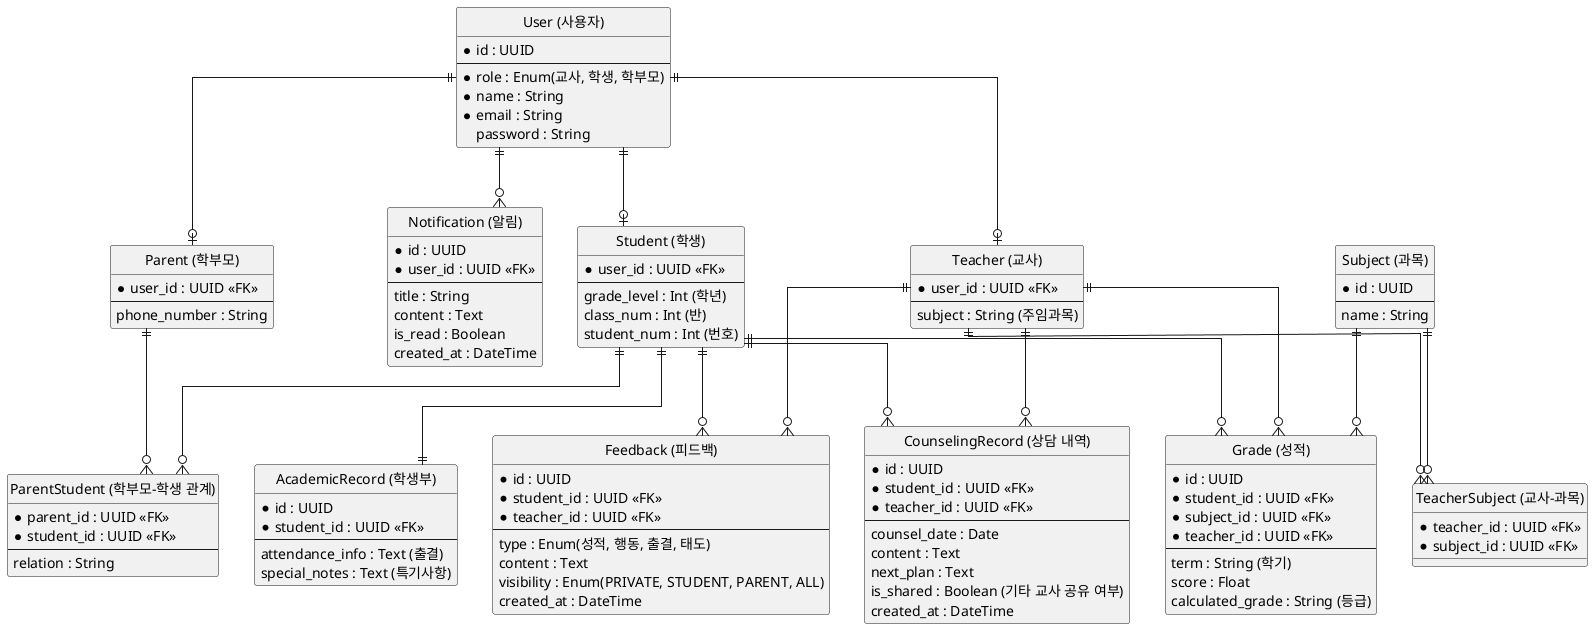
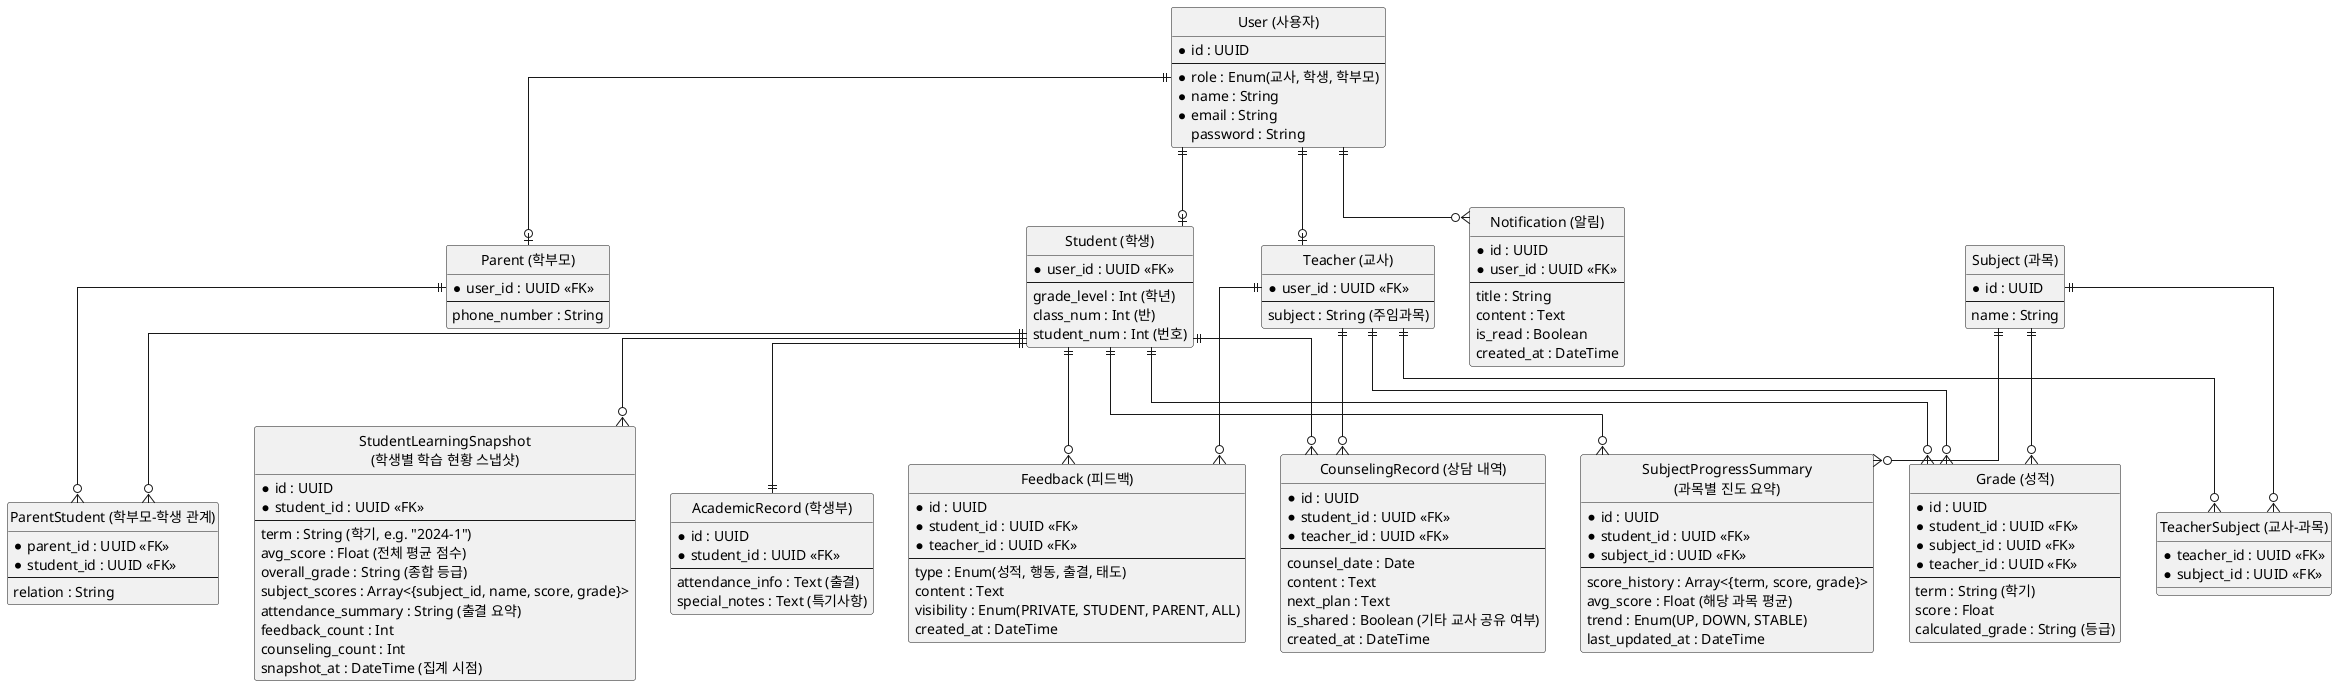
@startuml er_diagram
' hide the spot
hide circle
skinparam linetype ortho

entity "User (사용자)" as user {
  * id : UUID
  --
  * role : Enum(교사, 학생, 학부모)
  * name : String
  * email : String
  password : String
}

entity "Teacher (교사)" as teacher {
  * user_id : UUID <<FK>>
  --
  subject : String (주임과목)
}

entity "Student (학생)" as student {
  * user_id : UUID <<FK>>
  --
  grade_level : Int (학년)
  class_num : Int (반)
  student_num : Int (번호)
}

entity "Parent (학부모)" as parent {
  * user_id : UUID <<FK>>
  --
  phone_number : String
}

entity "ParentStudent (학부모-학생 관계)" as parent_student {
  * parent_id : UUID <<FK>>
  * student_id : UUID <<FK>>
  --
  relation : String
}

entity "AcademicRecord (학생부)" as academic_record {
  * id : UUID
  * student_id : UUID <<FK>>
  --
  attendance_info : Text (출결)
  special_notes : Text (특기사항)
}

entity "Subject (과목)" as subject {
  * id : UUID
  --
  name : String
}

entity "TeacherSubject (교사-과목)" as teacher_subject {
  * teacher_id : UUID <<FK>>
  * subject_id : UUID <<FK>>
}

entity "Grade (성적)" as grade {
  * id : UUID
  * student_id : UUID <<FK>>
  * subject_id : UUID <<FK>>
  * teacher_id : UUID <<FK>>
  --
  term : String (학기)
  score : Float
  calculated_grade : String (등급)
}

entity "Feedback (피드백)" as feedback {
  * id : UUID
  * student_id : UUID <<FK>>
  * teacher_id : UUID <<FK>>
  --
  type : Enum(성적, 행동, 출결, 태도)
  content : Text
  visibility : Enum(PRIVATE, STUDENT, PARENT, ALL)
  created_at : DateTime
}

entity "CounselingRecord (상담 내역)" as counseling {
  * id : UUID
  * student_id : UUID <<FK>>
  * teacher_id : UUID <<FK>>
  --
  counsel_date : Date
  content : Text
  next_plan : Text
  is_shared : Boolean (기타 교사 공유 여부)
  created_at : DateTime
}

entity "Notification (알림)" as notification {
  * id : UUID
  * user_id : UUID <<FK>>
  --
  title : String
  content : Text
  is_read : Boolean
  created_at : DateTime
}

+ ' ── 분석용 컬렉션 (OLAP) ───────────────────────────────────
+ entity "StudentLearningSnapshot\n(학생별 학습 현황 스냅샷)" as student_snapshot {
+   * id : UUID
+   * student_id : UUID <<FK>>
+   --
+   term : String (학기, e.g. "2024-1")
+   avg_score : Float (전체 평균 점수)
+   overall_grade : String (종합 등급)
+   subject_scores : Array<{subject_id, name, score, grade}>
+   attendance_summary : String (출결 요약)
+   feedback_count : Int
+   counseling_count : Int
+   snapshot_at : DateTime (집계 시점)
+ }
+ 
+ entity "SubjectProgressSummary\n(과목별 진도 요약)" as subject_summary {
+   * id : UUID
+   * student_id : UUID <<FK>>
+   * subject_id : UUID <<FK>>
+   --
+   score_history : Array<{term, score, grade}>
+   avg_score : Float (해당 과목 평균)
+   trend : Enum(UP, DOWN, STABLE)
+   last_updated_at : DateTime
+ }
+ 
user ||--o| teacher
user ||--o| student
user ||--o| parent

parent ||--o{ parent_student
student ||--o{ parent_student

student ||--|| academic_record
student ||--o{ grade
subject ||--o{ grade
teacher ||--o{ grade

teacher ||--o{ teacher_subject
subject ||--o{ teacher_subject

student ||--o{ feedback
teacher ||--o{ feedback

student ||--o{ counseling
teacher ||--o{ counseling

user ||--o{ notification
+ 
+ student ||--o{ student_snapshot
+ student ||--o{ subject_summary
+ subject ||--o{ subject_summary
@enduml
